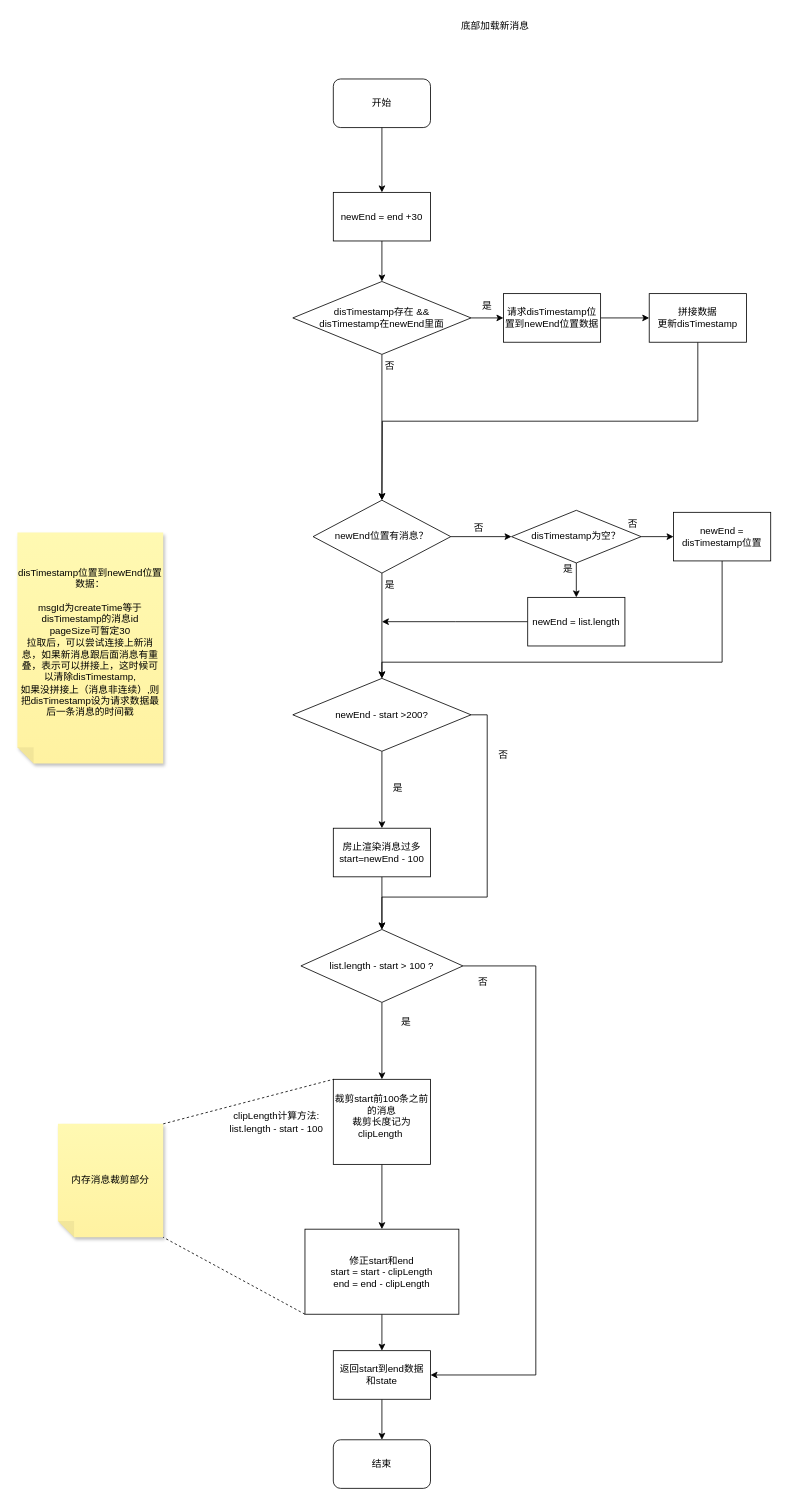
The draw.io diagram 非连续存储底部加载新消息.drawio in ccccccp/draw-io, before the edit. Source tidied: cells renumbered, new cells numbered last; positions are measured from the earlier drawing's top-left corner, leaving out a move shared by most shapes. Both pictures are drawn from the tidied source at 81%, with x=0, y=0 at pixel (17, 14).
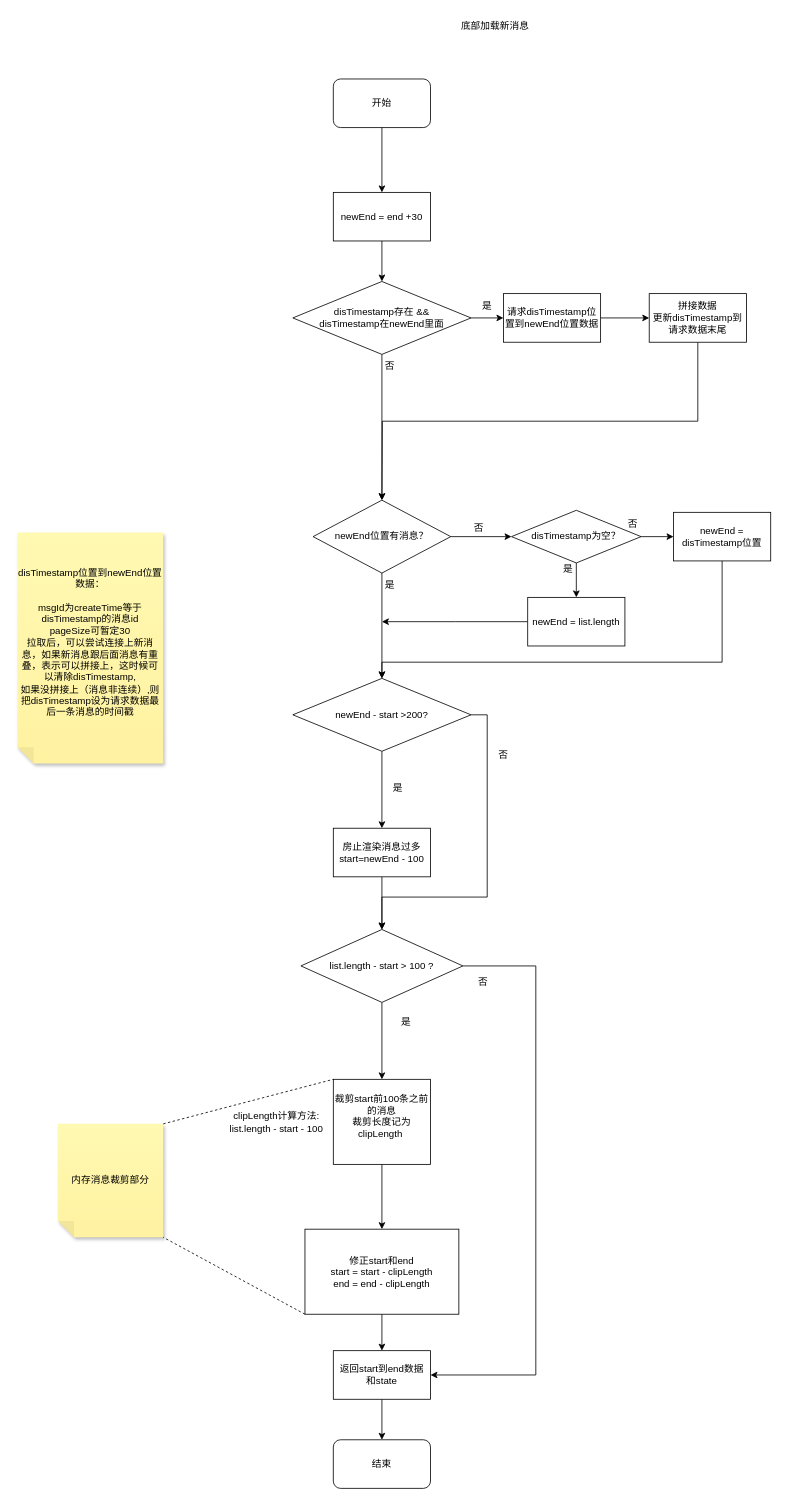
Above is the later version.

Commit message:
更新非连续存储底部加载新消息.drawio

The edit, as a diff of the source:
```diff
@@
-    <mxCell id="33" value="拼接数据&lt;br&gt;更新disTimestamp" style="rounded=0;whiteSpace=wrap;html=1;" parent="1" vertex="1">
+    <mxCell id="33" value="拼接数据&lt;br&gt;更新disTimestamp到请求数据末尾" style="rounded=0;whiteSpace=wrap;html=1;" parent="1" vertex="1">
       <mxGeometry x="780" y="345" width="120" height="60" as="geometry" />
     </mxCell>
```
